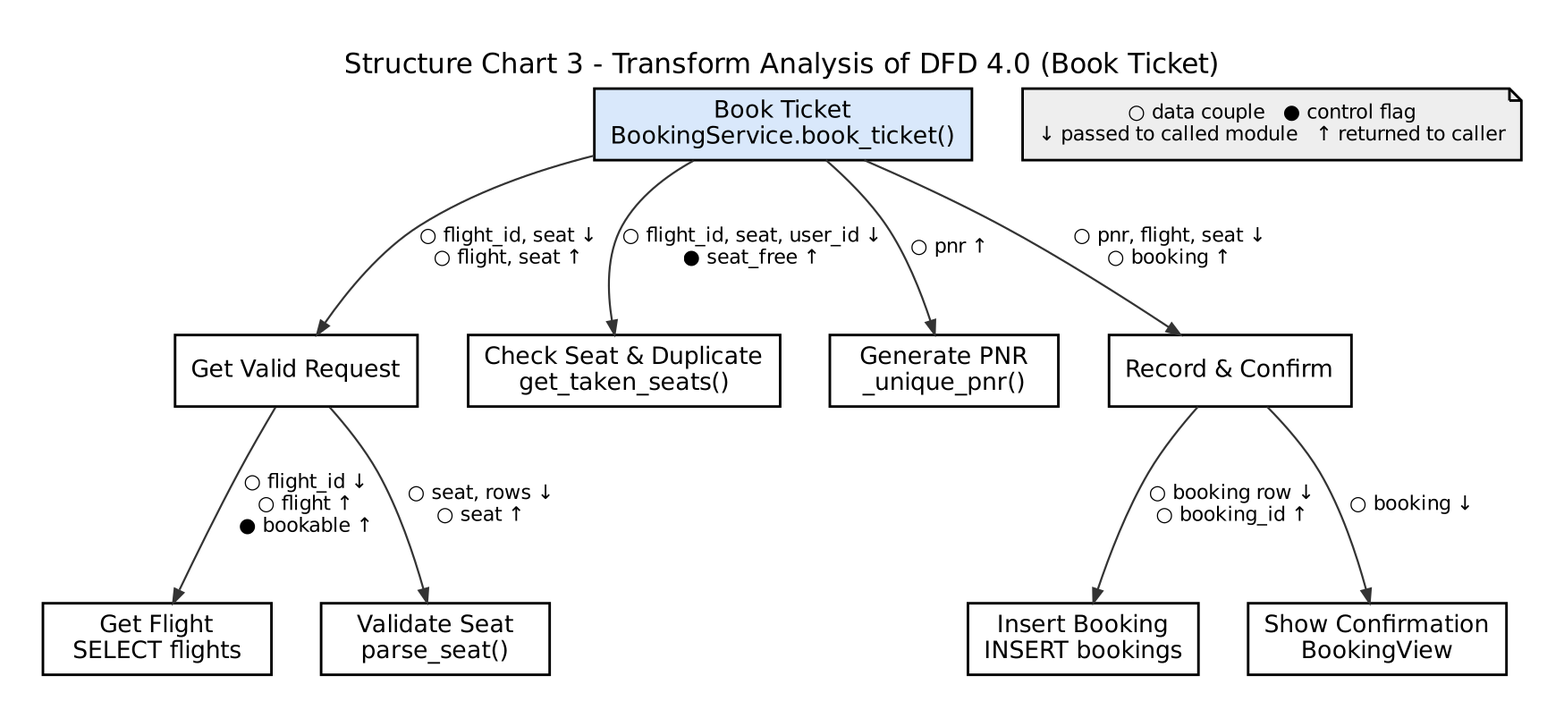
Earlier version of the Graphviz export docs/diagrams/structure_chart_transform_booking.png (praksingh-2702/AirportMS). Its source is kept beside it as docs/diagrams/structure_chart_transform_booking.dot. Its diagram source:
```dot
digraph "structure_chart_transform_booking" {
  graph [fontname="DejaVu Sans" pad=0.3 rankdir=TB nodesep=0.35 ranksep=0.9];
  node [fontname="DejaVu Sans" fontsize=12];
  edge [fontname="DejaVu Sans" fontsize=10 color="#333333"];
  node [shape=box style="filled" fillcolor="white" penwidth=1.3 width=1.6];
  labelloc=t label="Structure Chart 3 - Transform Analysis of DFD 4.0 (Book Ticket)" fontsize=14;
  root [label="Book Ticket\nBookingService.book_ticket()" fillcolor="#D9E8FB"];
  aff [label="Get Valid Request" fillcolor="white"];
  gf [label="Get Flight\nSELECT flights" fillcolor="white"];
  ps [label="Validate Seat\nparse_seat()" fillcolor="white"];
  chk [label="Check Seat & Duplicate\nget_taken_seats()" fillcolor="white"];
  pnr [label="Generate PNR\n_unique_pnr()" fillcolor="white"];
  eff [label="Record & Confirm" fillcolor="white"];
  ins [label="Insert Booking\nINSERT bookings" fillcolor="white"];
  msg [label="Show Confirmation\nBookingView" fillcolor="white"];
  root -> aff [label="○ flight_id, seat ↓\n○ flight, seat ↑" arrowsize=0.7];
  aff -> gf [label="○ flight_id ↓\n○ flight ↑\n● bookable ↑" arrowsize=0.7];
  aff -> ps [label="○ seat, rows ↓\n○ seat ↑" arrowsize=0.7];
  root -> chk [label="○ flight_id, seat, user_id ↓\n● seat_free ↑" arrowsize=0.7];
  root -> pnr [label="○ pnr ↑" arrowsize=0.7];
  root -> eff [label="○ pnr, flight, seat ↓\n○ booking ↑" arrowsize=0.7];
  eff -> ins [label="○ booking row ↓\n○ booking_id ↑" arrowsize=0.7];
  eff -> msg [label="○ booking ↓" arrowsize=0.7];
  legend [shape=note fillcolor="#EEEEEE" fontsize=10 label="○ data couple   ● control flag\n↓ passed to called module   ↑ returned to caller"];
}
```
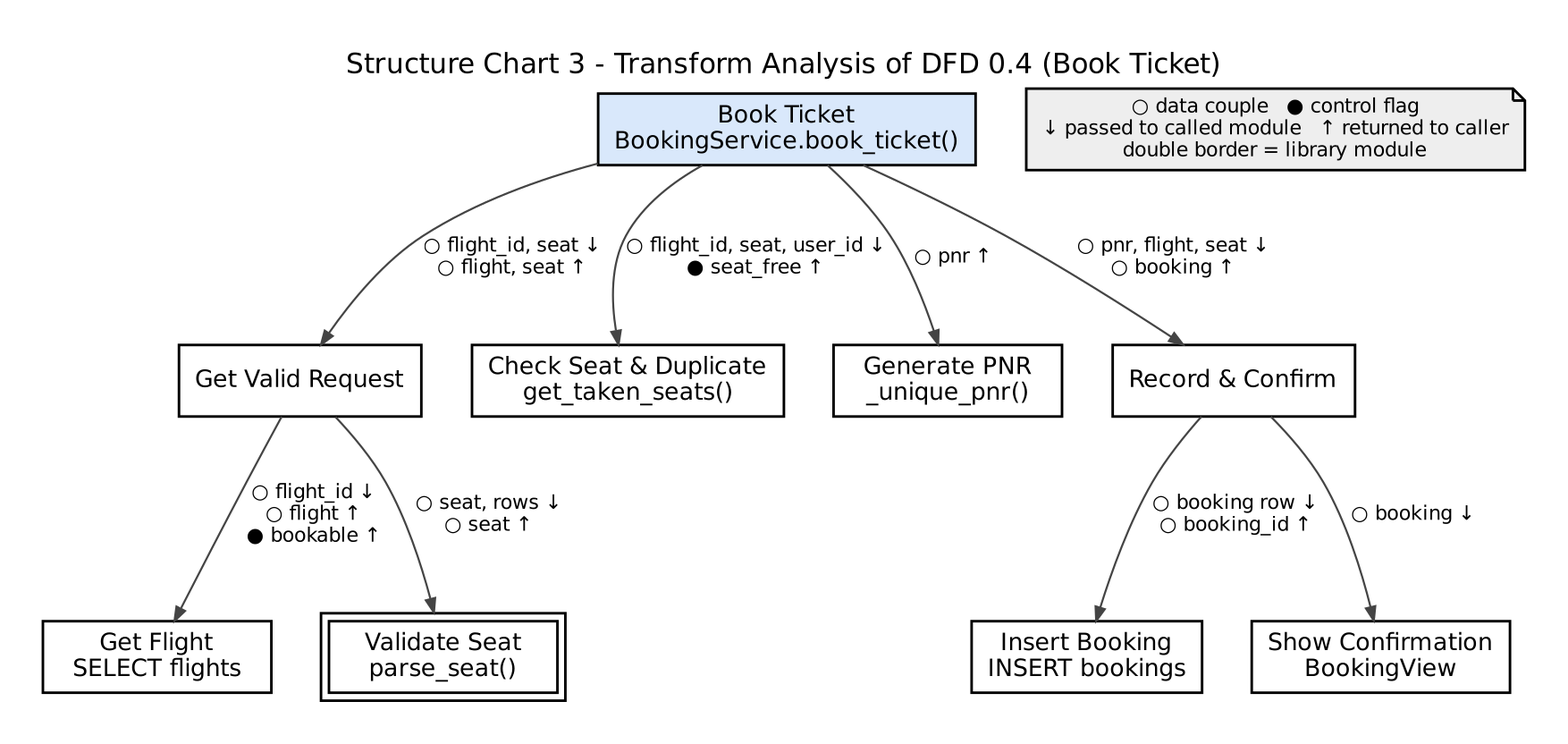
The same diagram one commit later.

Diff of the diagram source:
```diff
@@ -1,13 +1,13 @@
 digraph "structure_chart_transform_booking" {
-  graph [fontname="DejaVu Sans" pad=0.3 rankdir=TB nodesep=0.35 ranksep=0.9];
-  node [fontname="DejaVu Sans" fontsize=12];
-  edge [fontname="DejaVu Sans" fontsize=10 color="#333333"];
-  node [shape=box style="filled" fillcolor="white" penwidth=1.3 width=1.6];
-  labelloc=t label="Structure Chart 3 - Transform Analysis of DFD 4.0 (Book Ticket)" fontsize=14;
+  graph [rankdir=TB bgcolor="#FFFFFF" fontname="DejaVu Sans" pad=0.3 splines=true nodesep=0.35 ranksep=0.9];
+  node [fontname="DejaVu Sans" fontsize=12 color="#000000" fillcolor="#D9E8FB" style=filled penwidth=1.3];
+  edge [fontname="DejaVu Sans" fontsize=10 color="#444444" arrowsize=0.7];
+  node [shape=box style=filled fillcolor="white" width=1.6];
+  labelloc=t label="Structure Chart 3 - Transform Analysis of DFD 0.4 (Book Ticket)" fontsize=14;
   root [label="Book Ticket\nBookingService.book_ticket()" fillcolor="#D9E8FB"];
   aff [label="Get Valid Request" fillcolor="white"];
   gf [label="Get Flight\nSELECT flights" fillcolor="white"];
-  ps [label="Validate Seat\nparse_seat()" fillcolor="white"];
+  ps [label="Validate Seat\nparse_seat()" fillcolor="white" peripheries=2];
   chk [label="Check Seat & Duplicate\nget_taken_seats()" fillcolor="white"];
   pnr [label="Generate PNR\n_unique_pnr()" fillcolor="white"];
   eff [label="Record & Confirm" fillcolor="white"];
@@ -21,5 +21,5 @@
   root -> eff [label="○ pnr, flight, seat ↓\n○ booking ↑" arrowsize=0.7];
   eff -> ins [label="○ booking row ↓\n○ booking_id ↑" arrowsize=0.7];
   eff -> msg [label="○ booking ↓" arrowsize=0.7];
-  legend [shape=note fillcolor="#EEEEEE" fontsize=10 label="○ data couple   ● control flag\n↓ passed to called module   ↑ returned to caller"];
+  legend [shape=note fillcolor="#EEEEEE" fontsize=10 label="○ data couple   ● control flag\n↓ passed to called module   ↑ returned to caller\ndouble border = library module"];
 }
```
